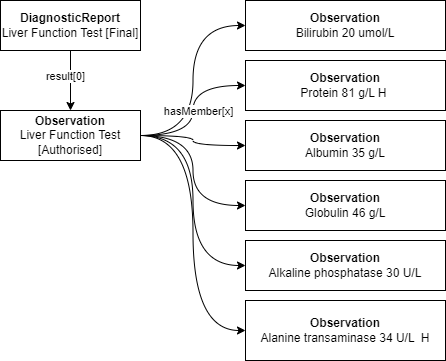
Before: Diagrams/LogicalModel-Observation-Panel.drawio.png, a diagram exported from draw.io (NHSWalesFHIR/NHSWales-fhir-profiles-R4). Source tidied: cells renumbered, new cells last; positions are measured from the earlier drawing's top-left corner, leaving out a move shared by most shapes. Its diagram source:
```xml
<mxGraphModel>
  <root>
    <mxCell id="0" />
    <mxCell id="1" parent="0" />
    <mxCell id="2" value="extension: mainLocation" style="edgeStyle=orthogonalEdgeStyle;curved=1;rounded=0;orthogonalLoop=1;jettySize=auto;html=1;exitX=1;exitY=0.5;exitDx=0;exitDy=0;entryX=1;entryY=0.5;entryDx=0;entryDy=0;fontColor=#000000;endArrow=block;endFill=1;strokeColor=#000000;fillColor=#e3c800;" parent="1" edge="1">
      <mxGeometry x="-0.19" y="20" relative="1" as="geometry">
        <mxPoint y="125" as="sourcePoint" />
      </mxGeometry>
    </mxCell>
    <mxCell id="3" style="edgeStyle=orthogonalEdgeStyle;curved=1;rounded=0;jettySize=auto;html=1;exitX=1;exitY=0.5;exitDx=0;exitDy=0;entryX=0;entryY=0.5;entryDx=0;entryDy=0;" parent="1" edge="1" source="10" target="11">
      <mxGeometry relative="1" as="geometry" />
    </mxCell>
    <mxCell id="4" style="edgeStyle=orthogonalEdgeStyle;curved=1;rounded=0;jettySize=auto;html=1;exitX=1;exitY=0.5;exitDx=0;exitDy=0;entryX=0;entryY=0.5;entryDx=0;entryDy=0;" parent="1" edge="1" source="10" target="12">
      <mxGeometry relative="1" as="geometry" />
    </mxCell>
    <mxCell id="5" style="edgeStyle=orthogonalEdgeStyle;curved=1;rounded=0;jettySize=auto;html=1;exitX=1;exitY=0.5;exitDx=0;exitDy=0;entryX=0;entryY=0.5;entryDx=0;entryDy=0;" parent="1" edge="1" source="10" target="13">
      <mxGeometry relative="1" as="geometry" />
    </mxCell>
    <mxCell id="6" style="edgeStyle=orthogonalEdgeStyle;curved=1;rounded=0;jettySize=auto;html=1;exitX=1;exitY=0.5;exitDx=0;exitDy=0;entryX=0;entryY=0.5;entryDx=0;entryDy=0;" parent="1" edge="1" source="10" target="14">
      <mxGeometry relative="1" as="geometry" />
    </mxCell>
    <mxCell id="7" value="hasMember[x]" style="edgeLabel;html=1;align=center;verticalAlign=middle;rotation=0;" parent="6" vertex="1">
      <mxGeometry x="-0.59" y="-1" relative="1" as="geometry">
        <mxPoint x="21" y="-26" as="offset" />
      </mxGeometry>
    </mxCell>
    <mxCell id="8" style="edgeStyle=orthogonalEdgeStyle;curved=1;rounded=0;jettySize=auto;html=1;exitX=1;exitY=0.5;exitDx=0;exitDy=0;entryX=0;entryY=0.5;entryDx=0;entryDy=0;" parent="1" edge="1" source="10" target="15">
      <mxGeometry relative="1" as="geometry" />
    </mxCell>
    <mxCell id="9" style="edgeStyle=orthogonalEdgeStyle;curved=1;rounded=0;jettySize=auto;html=1;exitX=1;exitY=0.5;exitDx=0;exitDy=0;entryX=0;entryY=0.5;entryDx=0;entryDy=0;" parent="1" edge="1" source="10" target="16">
      <mxGeometry relative="1" as="geometry" />
    </mxCell>
    <mxCell id="10" value="&lt;b&gt;Observation&lt;/b&gt;&lt;br&gt;Liver Function Test [Authorised]" style="rounded=0;whiteSpace=wrap;html=1;" parent="1" vertex="1">
      <mxGeometry x="60" y="110" width="140" height="50" as="geometry" />
    </mxCell>
    <mxCell id="11" value="&lt;b&gt;Observation&lt;/b&gt;&lt;br&gt;Bilirubin 20 umol/L" style="rounded=0;whiteSpace=wrap;html=1;" parent="1" vertex="1">
      <mxGeometry x="305" width="200" height="50" as="geometry" />
    </mxCell>
    <mxCell id="12" value="&lt;b&gt;Observation&lt;/b&gt;&lt;br&gt;Protein 81 g/L H&amp;nbsp;" style="rounded=0;whiteSpace=wrap;html=1;" parent="1" vertex="1">
      <mxGeometry x="305" y="60" width="200" height="50" as="geometry" />
    </mxCell>
    <mxCell id="13" value="&lt;b&gt;Observation&lt;/b&gt;&lt;br&gt;Albumin 35 g/L" style="rounded=0;whiteSpace=wrap;html=1;" parent="1" vertex="1">
      <mxGeometry x="305" y="120" width="200" height="50" as="geometry" />
    </mxCell>
    <mxCell id="14" value="&lt;b&gt;Observation&lt;/b&gt;&lt;br&gt;Globulin 46 g/L" style="rounded=0;whiteSpace=wrap;html=1;" parent="1" vertex="1">
      <mxGeometry x="305" y="180" width="200" height="50" as="geometry" />
    </mxCell>
    <mxCell id="15" value="&lt;b&gt;Observation&lt;/b&gt;&lt;br&gt;Alkaline phosphatase 30 U/L" style="rounded=0;whiteSpace=wrap;html=1;" parent="1" vertex="1">
      <mxGeometry x="305" y="240" width="200" height="50" as="geometry" />
    </mxCell>
    <mxCell id="16" value="&lt;b&gt;Observation&lt;/b&gt;&lt;br&gt;Alanine transaminase 34 U/L&amp;nbsp; H" style="rounded=0;whiteSpace=wrap;html=1;" parent="1" vertex="1">
      <mxGeometry x="305" y="300" width="200" height="60" as="geometry" />
    </mxCell>
    <mxCell id="17" style="edgeStyle=orthogonalEdgeStyle;curved=1;orthogonalLoop=1;jettySize=auto;html=1;exitX=0.5;exitY=1;exitDx=0;exitDy=0;fontFamily=Helvetica;fontSize=11;endArrow=block;endFill=1;" parent="1" edge="1" source="10" target="10">
      <mxGeometry relative="1" as="geometry" />
    </mxCell>
    <mxCell id="18" style="edgeStyle=orthogonalEdgeStyle;rounded=0;jettySize=auto;html=1;exitX=0.5;exitY=1;exitDx=0;exitDy=0;curved=1;" parent="1" edge="1" source="20" target="10">
      <mxGeometry relative="1" as="geometry" />
    </mxCell>
    <mxCell id="19" value="result[0]" style="edgeLabel;html=1;align=center;verticalAlign=middle;" parent="18" vertex="1">
      <mxGeometry x="-0.16" y="-6" relative="1" as="geometry" />
    </mxCell>
    <mxCell id="20" value="&lt;b&gt;DiagnosticReport&lt;br&gt;&lt;/b&gt;Liver Function Test [Final]&lt;b&gt;&lt;br&gt;&lt;/b&gt;" style="rounded=0;whiteSpace=wrap;html=1;" parent="1" vertex="1">
      <mxGeometry x="60" width="140" height="50" as="geometry" />
    </mxCell>
  </root>
</mxGraphModel>
```
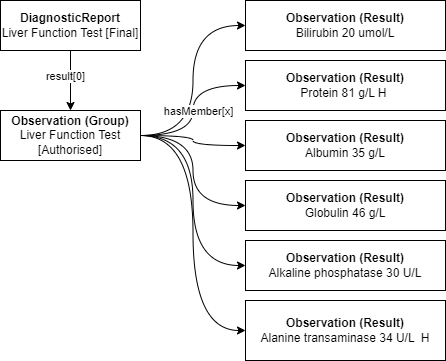
The same file after the commit.

Commit message:
Update to Observation logicalmodel diagram, additional annotation

Diff of the diagram source:
```diff
@@ -30,25 +30,25 @@
     <mxCell id="9" style="edgeStyle=orthogonalEdgeStyle;curved=1;rounded=0;jettySize=auto;html=1;exitX=1;exitY=0.5;exitDx=0;exitDy=0;entryX=0;entryY=0.5;entryDx=0;entryDy=0;" parent="1" edge="1" source="10" target="16">
       <mxGeometry relative="1" as="geometry" />
     </mxCell>
-    <mxCell id="10" value="&lt;b&gt;Observation&lt;/b&gt;&lt;br&gt;Liver Function Test [Authorised]" style="rounded=0;whiteSpace=wrap;html=1;" parent="1" vertex="1">
+    <mxCell id="10" value="&lt;b&gt;Observation (Group)&lt;/b&gt;&lt;br&gt;Liver Function Test [Authorised]" style="rounded=0;whiteSpace=wrap;html=1;" parent="1" vertex="1">
       <mxGeometry x="60" y="110" width="140" height="50" as="geometry" />
     </mxCell>
-    <mxCell id="11" value="&lt;b&gt;Observation&lt;/b&gt;&lt;br&gt;Bilirubin 20 umol/L" style="rounded=0;whiteSpace=wrap;html=1;" parent="1" vertex="1">
+    <mxCell id="11" value="&lt;b&gt;Observation (Result)&lt;/b&gt;&lt;br&gt;Bilirubin 20 umol/L" style="rounded=0;whiteSpace=wrap;html=1;" parent="1" vertex="1">
       <mxGeometry x="305" width="200" height="50" as="geometry" />
     </mxCell>
-    <mxCell id="12" value="&lt;b&gt;Observation&lt;/b&gt;&lt;br&gt;Protein 81 g/L H&amp;nbsp;" style="rounded=0;whiteSpace=wrap;html=1;" parent="1" vertex="1">
+    <mxCell id="12" value="&lt;b&gt;Observation (Result)&lt;/b&gt;&lt;br&gt;Protein 81 g/L H&amp;nbsp;" style="rounded=0;whiteSpace=wrap;html=1;" parent="1" vertex="1">
       <mxGeometry x="305" y="60" width="200" height="50" as="geometry" />
     </mxCell>
-    <mxCell id="13" value="&lt;b&gt;Observation&lt;/b&gt;&lt;br&gt;Albumin 35 g/L" style="rounded=0;whiteSpace=wrap;html=1;" parent="1" vertex="1">
+    <mxCell id="13" value="&lt;b&gt;Observation (Result)&lt;/b&gt;&lt;br&gt;Albumin 35 g/L" style="rounded=0;whiteSpace=wrap;html=1;" parent="1" vertex="1">
       <mxGeometry x="305" y="120" width="200" height="50" as="geometry" />
     </mxCell>
-    <mxCell id="14" value="&lt;b&gt;Observation&lt;/b&gt;&lt;br&gt;Globulin 46 g/L" style="rounded=0;whiteSpace=wrap;html=1;" parent="1" vertex="1">
+    <mxCell id="14" value="&lt;b&gt;Observation (Result)&lt;/b&gt;&lt;br&gt;Globulin 46 g/L" style="rounded=0;whiteSpace=wrap;html=1;" parent="1" vertex="1">
       <mxGeometry x="305" y="180" width="200" height="50" as="geometry" />
     </mxCell>
-    <mxCell id="15" value="&lt;b&gt;Observation&lt;/b&gt;&lt;br&gt;Alkaline phosphatase 30 U/L" style="rounded=0;whiteSpace=wrap;html=1;" parent="1" vertex="1">
+    <mxCell id="15" value="&lt;b&gt;Observation (Result)&lt;/b&gt;&lt;br&gt;Alkaline phosphatase 30 U/L" style="rounded=0;whiteSpace=wrap;html=1;" parent="1" vertex="1">
       <mxGeometry x="305" y="240" width="200" height="50" as="geometry" />
     </mxCell>
-    <mxCell id="16" value="&lt;b&gt;Observation&lt;/b&gt;&lt;br&gt;Alanine transaminase 34 U/L&amp;nbsp; H" style="rounded=0;whiteSpace=wrap;html=1;" parent="1" vertex="1">
+    <mxCell id="16" value="&lt;b&gt;Observation (Result)&lt;/b&gt;&lt;br&gt;Alanine transaminase 34 U/L&amp;nbsp; H" style="rounded=0;whiteSpace=wrap;html=1;" parent="1" vertex="1">
       <mxGeometry x="305" y="300" width="200" height="60" as="geometry" />
     </mxCell>
     <mxCell id="17" style="edgeStyle=orthogonalEdgeStyle;curved=1;orthogonalLoop=1;jettySize=auto;html=1;exitX=0.5;exitY=1;exitDx=0;exitDy=0;fontFamily=Helvetica;fontSize=11;endArrow=block;endFill=1;" parent="1" edge="1" source="10" target="10">
```
